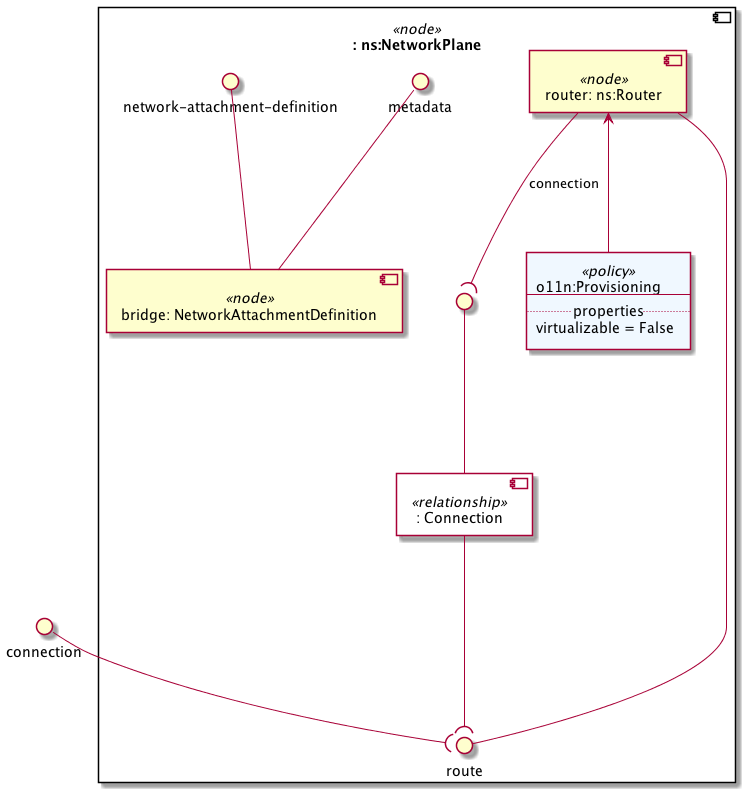
Before: examples/tosca-community-contributions/diagrams/uml2/examples-1.3-turandot-telephony-network-service-simple-data-plane-simple-data-plane-uml2-component-diagram2.png, a diagram exported from PlantUML (Orange-OpenSource/Cloudnet-TOSCA-toolbox). Source of this version:
```plantuml
@startuml
skinparam componentStyle uml2
skinparam component {
  backgroundColor<<relationship>> White
}

interface "connection" as substitution_mappings_connection
component ": ns:NetworkPlane" <<node>> as substitution_mappings {
component "router: ns:Router" <<node>> as node_router
interface "route" as node_router_route
node_router_route -- node_router
component ": Connection" <<relationship>> as node_router_connection_relationship0
interface " " as node_router_connection_relationship0_source
node_router_connection_relationship0_source -- node_router_connection_relationship0
node_router --( node_router_connection_relationship0_source : connection

component "bridge: NetworkAttachmentDefinition" <<node>> as node_bridge
interface "metadata" as node_bridge_metadata
node_bridge_metadata -- node_bridge
interface "network-attachment-definition" as node_bridge_network_attachment_definition
node_bridge_network_attachment_definition -- node_bridge

node_router_connection_relationship0 --( node_router_route
agent policy_wan <<policy>> #AliceBlue [
o11n:Provisioning
---
.. properties ..
virtualizable = False
]
policy_wan -up-> node_router
}
substitution_mappings_connection --( node_router_route
@enduml
```
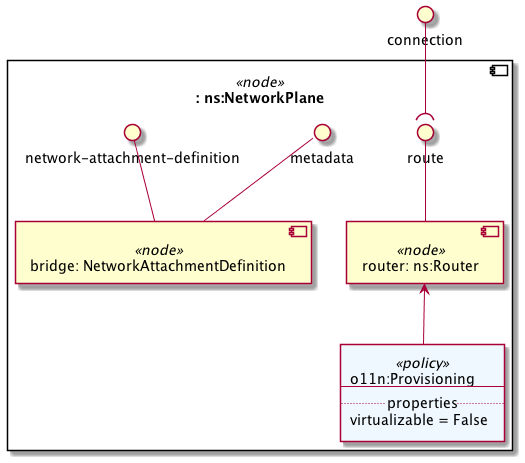
The same file after the commit.

Change to the diagram source:
```diff
@@ -9,10 +9,6 @@
 component "router: ns:Router" <<node>> as node_router
 interface "route" as node_router_route
 node_router_route -- node_router
-component ": Connection" <<relationship>> as node_router_connection_relationship0
-interface " " as node_router_connection_relationship0_source
-node_router_connection_relationship0_source -- node_router_connection_relationship0
-node_router --( node_router_connection_relationship0_source : connection
 
 component "bridge: NetworkAttachmentDefinition" <<node>> as node_bridge
 interface "metadata" as node_bridge_metadata
@@ -20,7 +16,6 @@
 interface "network-attachment-definition" as node_bridge_network_attachment_definition
 node_bridge_network_attachment_definition -- node_bridge
 
-node_router_connection_relationship0 --( node_router_route
 agent policy_wan <<policy>> #AliceBlue [
 o11n:Provisioning
 ---
```
